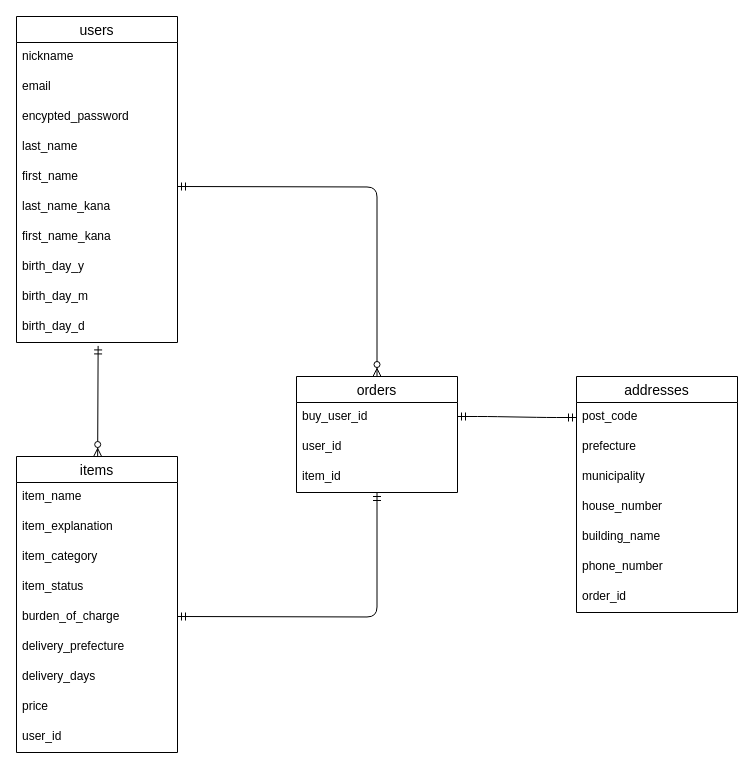
The draw.io diagram ER.dio in toyolife881/furima-37936, before the edit. Source tidied: cells renumbered, new cells numbered last; positions are measured from the earlier drawing's top-left corner, leaving out a move shared by most shapes. Both pictures are drawn from the tidied source at 100%, with x=0, y=0 at pixel (16, 16).
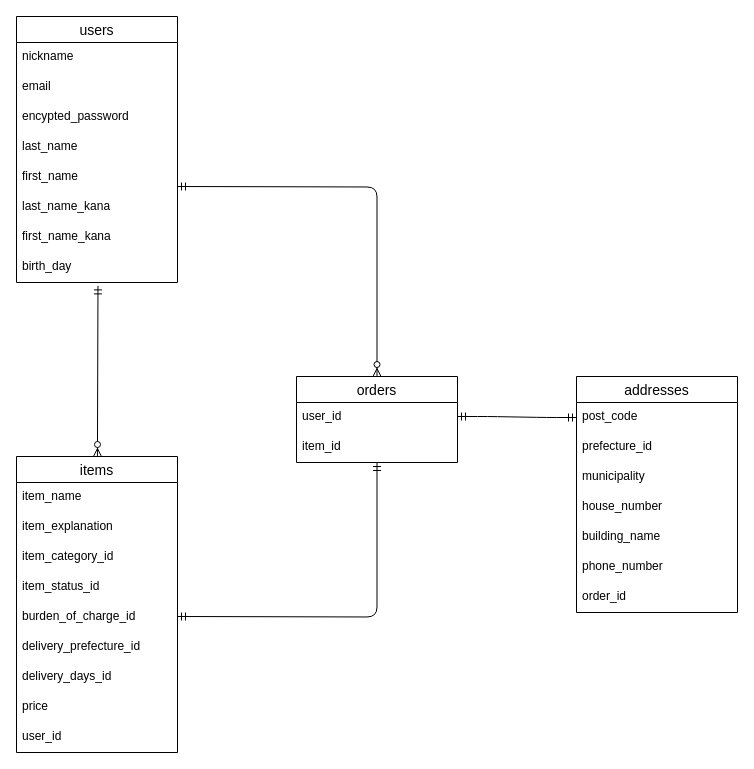
Above is the later version.

Commit message (it also covers changes not shown here):
データベース設計の修正

The change refers to these unchanged cells:
```xml
<mxCell id="13" value="items" style="swimlane;fontStyle=0;horizontal=1;startSize=26;align=center;fontSize=14;" parent="1" vertex="1">
  <mxGeometry y="440" width="161" height="296" as="geometry" />
</mxCell>
<mxCell id="27" value="addresses" style="swimlane;fontStyle=0;horizontal=1;startSize=26;align=center;fontSize=14;" parent="1" vertex="1">
  <mxGeometry x="560" y="360" width="161" height="236" as="geometry" />
</mxCell>
```

The edit, as a diff of the source:
```diff
@@
     <mxCell id="2" value="users" style="swimlane;fontStyle=0;horizontal=1;startSize=26;align=center;fontSize=14;" parent="1" vertex="1">
-      <mxGeometry width="161" height="326" as="geometry" />
+      <mxGeometry width="161" height="266" as="geometry" />
     </mxCell>
@@
-    <mxCell id="10" value="birth_day_y" style="text;strokeColor=none;fillColor=none;spacingLeft=4;spacingRight=4;overflow=hidden;points=[[0,0.5],[1,0.5]];portConstraint=eastwest;fontSize=12;" parent="2" vertex="1">
+    <mxCell id="10" value="birth_day" style="text;strokeColor=none;fillColor=none;spacingLeft=4;spacingRight=4;overflow=hidden;points=[[0,0.5],[1,0.5]];portConstraint=eastwest;fontSize=12;" parent="2" vertex="1">
       <mxGeometry y="236" width="161" height="30" as="geometry" />
     </mxCell>
-    <mxCell id="11" value="birth_day_m" style="text;strokeColor=none;fillColor=none;spacingLeft=4;spacingRight=4;overflow=hidden;fontSize=12;" parent="2" vertex="1">
-      <mxGeometry y="266" width="161" height="30" as="geometry" />
-    </mxCell>
-    <mxCell id="12" value="birth_day_d" style="text;strokeColor=none;fillColor=none;spacingLeft=4;spacingRight=4;overflow=hidden;points=[[0,0.5],[1,0.5]];portConstraint=eastwest;fontSize=12;" parent="2" vertex="1">
-      <mxGeometry y="296" width="161" height="30" as="geometry" />
-    </mxCell>
@@
-    <mxCell id="16" value="item_category" style="text;strokeColor=none;fillColor=none;spacingLeft=4;spacingRight=4;overflow=hidden;fontSize=12;" parent="13" vertex="1">
+    <mxCell id="16" value="item_category_id" style="text;strokeColor=none;fillColor=none;spacingLeft=4;spacingRight=4;overflow=hidden;fontSize=12;" parent="13" vertex="1">
       <mxGeometry y="86" width="161" height="30" as="geometry" />
     </mxCell>
-    <mxCell id="17" value="item_status" style="text;strokeColor=none;fillColor=none;spacingLeft=4;spacingRight=4;overflow=hidden;fontSize=12;" parent="13" vertex="1">
+    <mxCell id="17" value="item_status_id" style="text;strokeColor=none;fillColor=none;spacingLeft=4;spacingRight=4;overflow=hidden;fontSize=12;" parent="13" vertex="1">
       <mxGeometry y="116" width="161" height="30" as="geometry" />
     </mxCell>
-    <mxCell id="18" value="burden_of_charge" style="text;strokeColor=none;fillColor=none;spacingLeft=4;spacingRight=4;overflow=hidden;fontSize=12;" parent="13" vertex="1">
+    <mxCell id="18" value="burden_of_charge_id" style="text;strokeColor=none;fillColor=none;spacingLeft=4;spacingRight=4;overflow=hidden;fontSize=12;" parent="13" vertex="1">
       <mxGeometry y="146" width="161" height="30" as="geometry" />
     </mxCell>
-    <mxCell id="19" value="delivery_prefecture" style="text;strokeColor=none;fillColor=none;spacingLeft=4;spacingRight=4;overflow=hidden;fontSize=12;" parent="13" vertex="1">
+    <mxCell id="19" value="delivery_prefecture_id" style="text;strokeColor=none;fillColor=none;spacingLeft=4;spacingRight=4;overflow=hidden;fontSize=12;" parent="13" vertex="1">
       <mxGeometry y="176" width="161" height="30" as="geometry" />
     </mxCell>
-    <mxCell id="20" value="delivery_days" style="text;strokeColor=none;fillColor=none;spacingLeft=4;spacingRight=4;overflow=hidden;fontSize=12;" parent="13" vertex="1">
+    <mxCell id="20" value="delivery_days_id" style="text;strokeColor=none;fillColor=none;spacingLeft=4;spacingRight=4;overflow=hidden;fontSize=12;" parent="13" vertex="1">
       <mxGeometry y="206" width="161" height="30" as="geometry" />
     </mxCell>
@@
     <mxCell id="23" value="orders" style="swimlane;fontStyle=0;horizontal=1;startSize=26;align=center;fontSize=14;" parent="1" vertex="1">
-      <mxGeometry x="280" y="360" width="161" height="116" as="geometry" />
+      <mxGeometry x="280" y="360" width="161" height="86" as="geometry" />
     </mxCell>
-    <mxCell id="24" value="buy_user_id" style="text;strokeColor=none;fillColor=none;spacingLeft=4;spacingRight=4;overflow=hidden;fontSize=12;" parent="23" vertex="1">
-      <mxGeometry y="26" width="161" height="30" as="geometry" />
-    </mxCell>
     <mxCell id="25" value="user_id" style="text;strokeColor=none;fillColor=none;spacingLeft=4;spacingRight=4;overflow=hidden;fontSize=12;" parent="23" vertex="1">
-      <mxGeometry y="56" width="161" height="30" as="geometry" />
+      <mxGeometry y="26" width="161" height="30" as="geometry" />
     </mxCell>
     <mxCell id="26" value="item_id" style="text;strokeColor=none;fillColor=none;spacingLeft=4;spacingRight=4;overflow=hidden;fontSize=12;" parent="23" vertex="1">
-      <mxGeometry y="86" width="161" height="30" as="geometry" />
+      <mxGeometry y="56" width="161" height="30" as="geometry" />
     </mxCell>
@@
-    <mxCell id="29" value="prefecture" style="text;strokeColor=none;fillColor=none;spacingLeft=4;spacingRight=4;overflow=hidden;fontSize=12;" parent="27" vertex="1">
+    <mxCell id="29" value="prefecture_id" style="text;strokeColor=none;fillColor=none;spacingLeft=4;spacingRight=4;overflow=hidden;fontSize=12;" parent="27" vertex="1">
       <mxGeometry y="56" width="161" height="30" as="geometry" />
     </mxCell>
@@
-    <mxCell id="35" style="fontSize=12;html=1;endArrow=ERzeroToMany;startArrow=ERmandOne;exitX=0.507;exitY=1.114;exitDx=0;exitDy=0;exitPerimeter=0;" parent="1" edge="1" source="12" target="13">
+    <mxCell id="35" style="fontSize=12;html=1;endArrow=ERzeroToMany;startArrow=ERmandOne;exitX=0.506;exitY=1.113;exitDx=0;exitDy=0;exitPerimeter=0;" parent="1" edge="1" source="10" target="13">
       <mxGeometry relative="1" as="geometry" />
     </mxCell>
```
